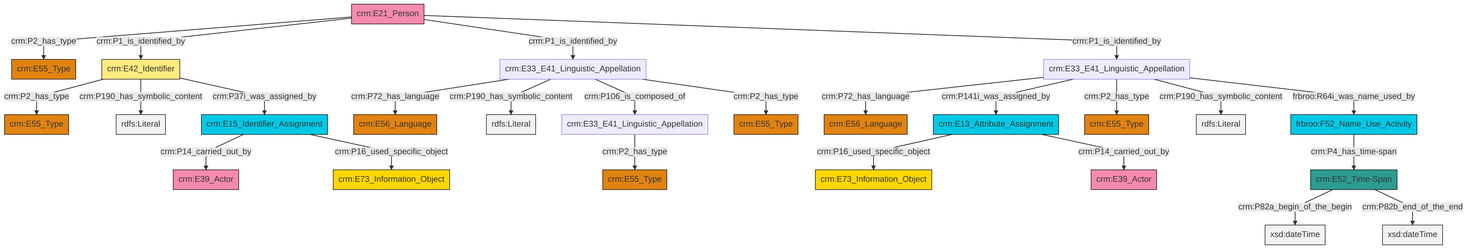
Earlier version of the Mermaid export et/personCSV/ttl/mmd/png/Person_Names_and_Classification.png (swiss-art-research-net/reference-data-models). Its source is kept beside it as et/personCSV/ttl/mmd/Person_Names_and_Classification.ttl.mmd.
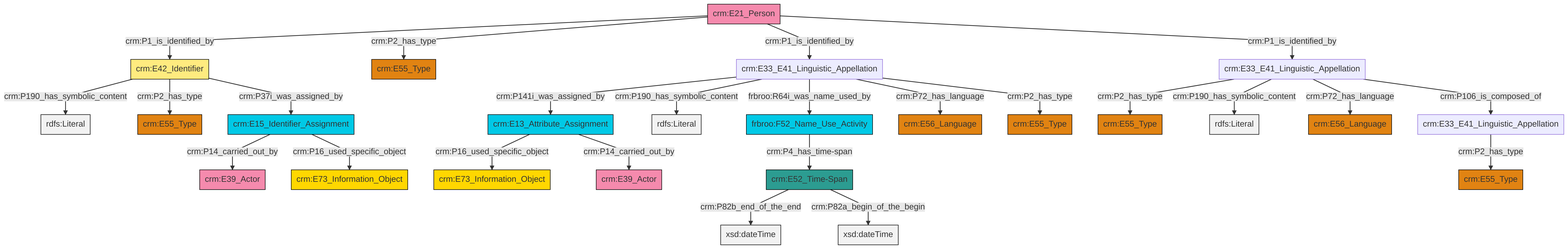
After the commit.

The edit, as a diff of the source:
```diff
@@ -13,27 +13,27 @@
 classDef PC_Classes fill:#4ce600, stroke:#000000;
 classDef Multi fill:#cccccc,stroke:#000000;
 
-0["crm:E33_E41_Linguistic_Appellation"]:::Default -->|crm:P2_has_type| 1["crm:E55_Type"]:::Type
-2["crm:E33_E41_Linguistic_Appellation"]:::Default -->|crm:P72_has_language| 3["crm:E56_Language"]:::Type
-4["crm:E42_Identifier"]:::Appellation -->|crm:P2_has_type| 5["crm:E55_Type"]:::Type
-6["crm:E21_Person"]:::Actor -->|crm:P2_has_type| 7["crm:E55_Type"]:::Type
-8["crm:E15_Identifier_Assignment"]:::Temporal_Entity -->|crm:P14_carried_out_by| 9["crm:E39_Actor"]:::Actor
-10["crm:E33_E41_Linguistic_Appellation"]:::Default -->|crm:P72_has_language| 11["crm:E56_Language"]:::Type
-12["crm:E13_Attribute_Assignment"]:::Temporal_Entity -->|crm:P16_used_specific_object| 14["crm:E73_Information_Object"]:::Conceptual_Object
-4["crm:E42_Identifier"]:::Appellation -->|crm:P190_has_symbolic_content| 15[rdfs:Literal]:::Literal
-12["crm:E13_Attribute_Assignment"]:::Temporal_Entity -->|crm:P14_carried_out_by| 21["crm:E39_Actor"]:::Actor
-10["crm:E33_E41_Linguistic_Appellation"]:::Default -->|crm:P190_has_symbolic_content| 22[rdfs:Literal]:::Literal
-10["crm:E33_E41_Linguistic_Appellation"]:::Default -->|crm:P106_is_composed_of| 0["crm:E33_E41_Linguistic_Appellation"]:::Default
-10["crm:E33_E41_Linguistic_Appellation"]:::Default -->|crm:P2_has_type| 28["crm:E55_Type"]:::Type
-6["crm:E21_Person"]:::Actor -->|crm:P1_is_identified_by| 4["crm:E42_Identifier"]:::Appellation
-4["crm:E42_Identifier"]:::Appellation -->|crm:P37i_was_assigned_by| 8["crm:E15_Identifier_Assignment"]:::Temporal_Entity
-2["crm:E33_E41_Linguistic_Appellation"]:::Default -->|crm:P141i_was_assigned_by| 12["crm:E13_Attribute_Assignment"]:::Temporal_Entity
-19["crm:E52_Time-Span"]:::Time-Span -->|crm:P82a_begin_of_the_begin| 33[xsd:dateTime]:::Literal
-6["crm:E21_Person"]:::Actor -->|crm:P1_is_identified_by| 10["crm:E33_E41_Linguistic_Appellation"]:::Default
-6["crm:E21_Person"]:::Actor -->|crm:P1_is_identified_by| 2["crm:E33_E41_Linguistic_Appellation"]:::Default
-8["crm:E15_Identifier_Assignment"]:::Temporal_Entity -->|crm:P16_used_specific_object| 34["crm:E73_Information_Object"]:::Conceptual_Object
-2["crm:E33_E41_Linguistic_Appellation"]:::Default -->|crm:P2_has_type| 40["crm:E55_Type"]:::Type
-19["crm:E52_Time-Span"]:::Time-Span -->|crm:P82b_end_of_the_end| 43[xsd:dateTime]:::Literal
-16["frbroo:F52_Name_Use_Activity"]:::Temporal_Entity -->|crm:P4_has_time-span| 19["crm:E52_Time-Span"]:::Time-Span
-2["crm:E33_E41_Linguistic_Appellation"]:::Default -->|crm:P190_has_symbolic_content| 44[rdfs:Literal]:::Literal
-2["crm:E33_E41_Linguistic_Appellation"]:::Default -->|frbroo:R64i_was_name_used_by| 16["frbroo:F52_Name_Use_Activity"]:::Temporal_Entity
+2["crm:E33_E41_Linguistic_Appellation"]:::Default -->|crm:P141i_was_assigned_by| 3["crm:E13_Attribute_Assignment"]:::Temporal_Entity
+3["crm:E13_Attribute_Assignment"]:::Temporal_Entity -->|crm:P16_used_specific_object| 6["crm:E73_Information_Object"]:::Conceptual_Object
+10["crm:E33_E41_Linguistic_Appellation"]:::Default -->|crm:P2_has_type| 11["crm:E55_Type"]:::Type
+0["crm:E42_Identifier"]:::Appellation -->|crm:P190_has_symbolic_content| 19[rdfs:Literal]:::Literal
+2["crm:E33_E41_Linguistic_Appellation"]:::Default -->|crm:P190_has_symbolic_content| 20[rdfs:Literal]:::Literal
+21["crm:E21_Person"]:::Actor -->|crm:P1_is_identified_by| 0["crm:E42_Identifier"]:::Appellation
+0["crm:E42_Identifier"]:::Appellation -->|crm:P2_has_type| 22["crm:E55_Type"]:::Type
+12["crm:E52_Time-Span"]:::Time-Span -->|crm:P82b_end_of_the_end| 23[xsd:dateTime]:::Literal
+2["crm:E33_E41_Linguistic_Appellation"]:::Default -->|frbroo:R64i_was_name_used_by| 17["frbroo:F52_Name_Use_Activity"]:::Temporal_Entity
+2["crm:E33_E41_Linguistic_Appellation"]:::Default -->|crm:P72_has_language| 8["crm:E56_Language"]:::Type
+10["crm:E33_E41_Linguistic_Appellation"]:::Default -->|crm:P190_has_symbolic_content| 29[rdfs:Literal]:::Literal
+21["crm:E21_Person"]:::Actor -->|crm:P2_has_type| 32["crm:E55_Type"]:::Type
+21["crm:E21_Person"]:::Actor -->|crm:P1_is_identified_by| 2["crm:E33_E41_Linguistic_Appellation"]:::Default
+2["crm:E33_E41_Linguistic_Appellation"]:::Default -->|crm:P2_has_type| 27["crm:E55_Type"]:::Type
+24["crm:E33_E41_Linguistic_Appellation"]:::Default -->|crm:P2_has_type| 35["crm:E55_Type"]:::Type
+4["crm:E15_Identifier_Assignment"]:::Temporal_Entity -->|crm:P14_carried_out_by| 39["crm:E39_Actor"]:::Actor
+3["crm:E13_Attribute_Assignment"]:::Temporal_Entity -->|crm:P14_carried_out_by| 33["crm:E39_Actor"]:::Actor
+10["crm:E33_E41_Linguistic_Appellation"]:::Default -->|crm:P72_has_language| 37["crm:E56_Language"]:::Type
+12["crm:E52_Time-Span"]:::Time-Span -->|crm:P82a_begin_of_the_begin| 41[xsd:dateTime]:::Literal
+10["crm:E33_E41_Linguistic_Appellation"]:::Default -->|crm:P106_is_composed_of| 24["crm:E33_E41_Linguistic_Appellation"]:::Default
+17["frbroo:F52_Name_Use_Activity"]:::Temporal_Entity -->|crm:P4_has_time-span| 12["crm:E52_Time-Span"]:::Time-Span
+4["crm:E15_Identifier_Assignment"]:::Temporal_Entity -->|crm:P16_used_specific_object| 14["crm:E73_Information_Object"]:::Conceptual_Object
+21["crm:E21_Person"]:::Actor -->|crm:P1_is_identified_by| 10["crm:E33_E41_Linguistic_Appellation"]:::Default
+0["crm:E42_Identifier"]:::Appellation -->|crm:P37i_was_assigned_by| 4["crm:E15_Identifier_Assignment"]:::Temporal_Entity
```
